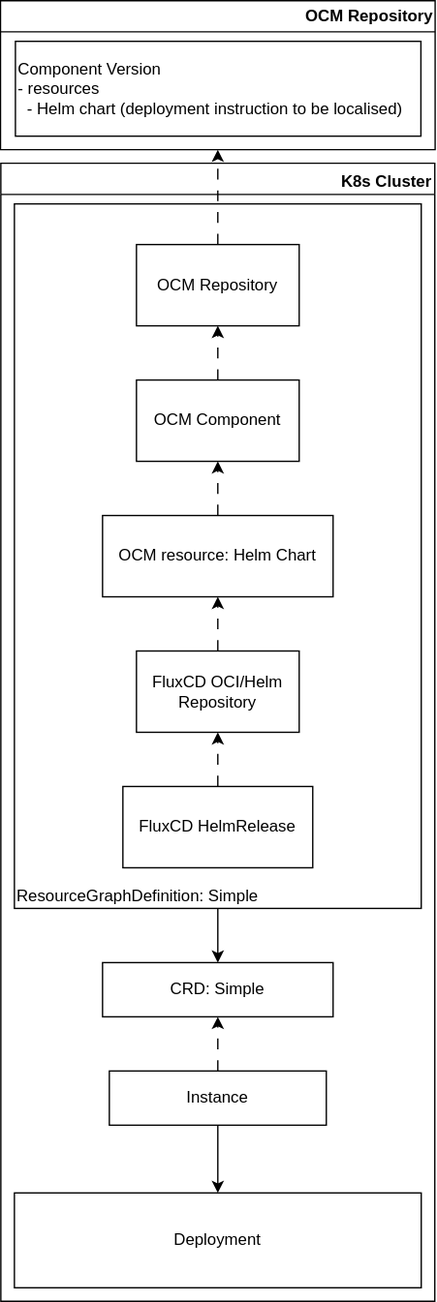
Earlier version of the draw.io export docs/assets/ocm-controller-deployer.svg (open-component-model/ocm-k8s-toolkit). Source tidied: cells renumbered, new cells last; positions are measured from the earlier drawing's top-left corner, leaving out a move shared by most shapes.
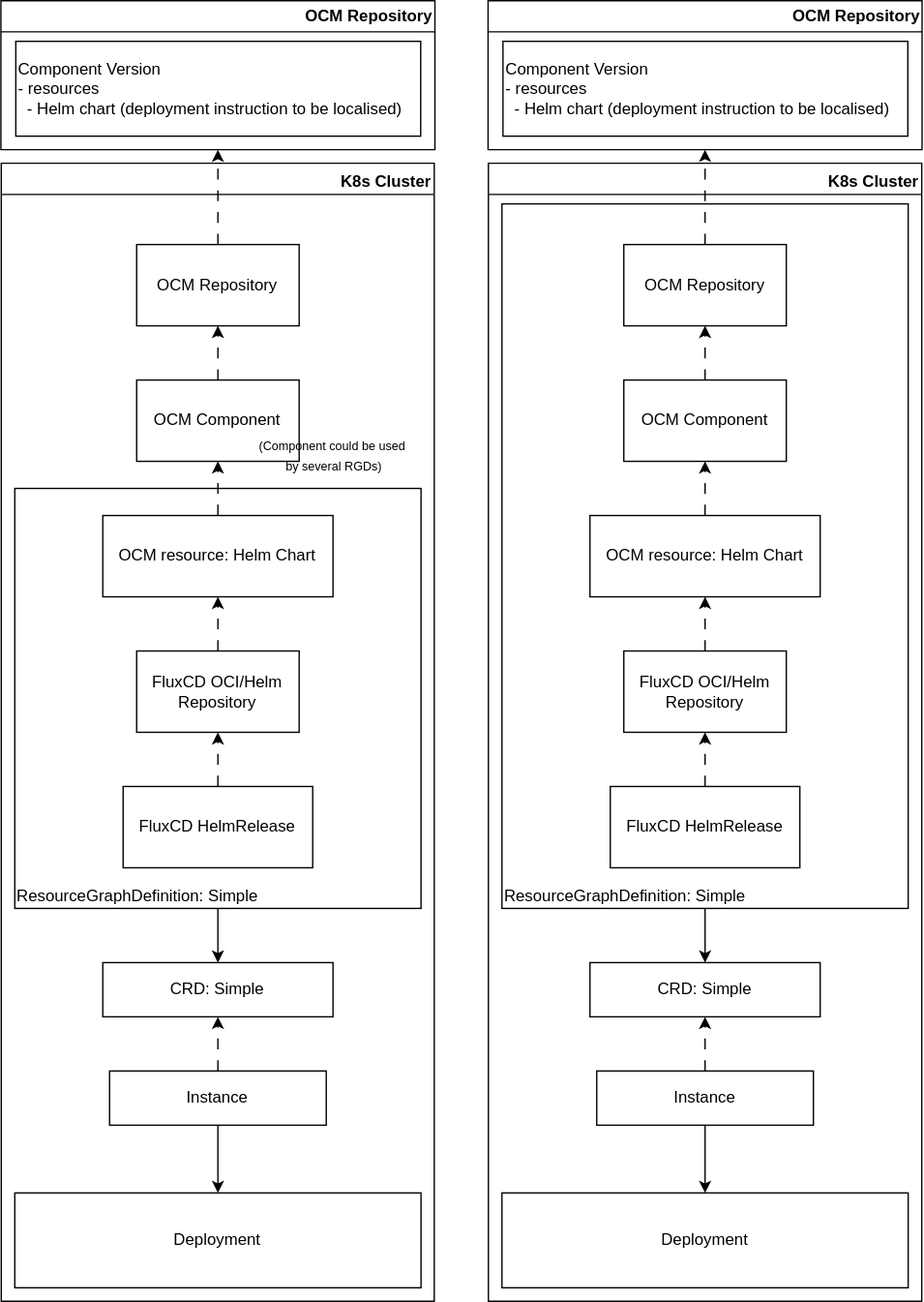
Above is the later version.

Commit message:
clarify and extend explanations, ...

Diff of the diagram source:
```diff
@@ -71,5 +71,77 @@
     <mxCell id="22" style="edgeStyle=orthogonalEdgeStyle;rounded=0;jettySize=auto;html=1;entryX=0.5;entryY=1;entryDx=0;entryDy=0;dashed=1;dashPattern=8 8;" parent="1" edge="1" source="19" target="2">
       <mxGeometry relative="1" as="geometry" />
     </mxCell>
+    <mxCell id="23" value="OCM Repository" style="swimlane;whiteSpace=wrap;html=1;align=right;" parent="1" vertex="1">
+      <mxGeometry x="-360" width="320.5" height="110" as="geometry" />
+    </mxCell>
+    <mxCell id="24" value="&lt;div&gt;Component Version&lt;/div&gt;&lt;div&gt;- resources&lt;/div&gt;&lt;div&gt;&amp;nbsp; - Helm chart (deployment instruction to be localised)&lt;/div&gt;" style="rounded=0;whiteSpace=wrap;html=1;align=left;" parent="23" vertex="1">
+      <mxGeometry x="11" y="30" width="299" height="70" as="geometry" />
+    </mxCell>
+    <mxCell id="25" value="K8s Cluster" style="swimlane;whiteSpace=wrap;html=1;verticalAlign=bottom;align=right;" parent="1" vertex="1">
+      <mxGeometry x="-359.8" y="120" width="319.8" height="840" as="geometry" />
+    </mxCell>
+    <mxCell id="26" style="edgeStyle=orthogonalEdgeStyle;rounded=0;jettySize=auto;html=1;" parent="25" edge="1" target="28">
+      <mxGeometry relative="1" as="geometry">
+        <mxPoint x="155" y="470" as="sourcePoint" />
+        <Array as="points">
+          <mxPoint x="200" y="470" />
+          <mxPoint x="200" y="340" />
+        </Array>
+      </mxGeometry>
+    </mxCell>
+    <mxCell id="27" style="edgeStyle=orthogonalEdgeStyle;rounded=0;jettySize=auto;html=1;" parent="25" edge="1" source="28" target="35">
+      <mxGeometry relative="1" as="geometry" />
+    </mxCell>
+    <mxCell id="28" value="ResourceGraphDefinition: Simple" style="rounded=0;whiteSpace=wrap;html=1;align=left;verticalAlign=bottom;" parent="25" vertex="1">
+      <mxGeometry x="10" y="240" width="300" height="310" as="geometry" />
+    </mxCell>
+    <mxCell id="29" style="edgeStyle=orthogonalEdgeStyle;rounded=0;jettySize=auto;html=1;dashed=1;dashPattern=8 8;" parent="25" edge="1" source="30" target="34">
+      <mxGeometry relative="1" as="geometry" />
+    </mxCell>
+    <mxCell id="30" value="FluxCD OCI/Helm Repository" style="rounded=0;whiteSpace=wrap;html=1;" parent="25" vertex="1">
+      <mxGeometry x="100" y="360" width="120" height="60" as="geometry" />
+    </mxCell>
+    <mxCell id="31" style="edgeStyle=orthogonalEdgeStyle;rounded=0;jettySize=auto;html=1;exitX=0.5;exitY=0;exitDx=0;exitDy=0;dashed=1;dashPattern=8 8;" parent="25" edge="1" source="32" target="30">
+      <mxGeometry relative="1" as="geometry" />
+    </mxCell>
+    <mxCell id="32" value="FluxCD HelmRelease" style="rounded=0;whiteSpace=wrap;html=1;" parent="25" vertex="1">
+      <mxGeometry x="90" y="460" width="140" height="60" as="geometry" />
+    </mxCell>
+    <mxCell id="33" style="edgeStyle=orthogonalEdgeStyle;rounded=0;jettySize=auto;html=1;entryX=0.5;entryY=1;entryDx=0;entryDy=0;dashed=1;dashPattern=8 8;" parent="25" edge="1" source="34" target="42">
+      <mxGeometry relative="1" as="geometry" />
+    </mxCell>
+    <mxCell id="34" value="OCM resource: Helm Chart" style="rounded=0;whiteSpace=wrap;html=1;" parent="25" vertex="1">
+      <mxGeometry x="75" y="260" width="170" height="60" as="geometry" />
+    </mxCell>
+    <mxCell id="35" value="CRD: Simple" style="rounded=0;whiteSpace=wrap;html=1;" parent="25" vertex="1">
+      <mxGeometry x="75" y="590" width="170" height="40" as="geometry" />
+    </mxCell>
+    <mxCell id="36" value="Deployment" style="rounded=0;whiteSpace=wrap;html=1;" parent="25" vertex="1">
+      <mxGeometry x="10" y="760" width="300" height="70" as="geometry" />
+    </mxCell>
+    <mxCell id="37" style="edgeStyle=orthogonalEdgeStyle;rounded=0;jettySize=auto;html=1;entryX=0.5;entryY=0;entryDx=0;entryDy=0;" parent="25" edge="1" source="39" target="36">
+      <mxGeometry relative="1" as="geometry" />
+    </mxCell>
+    <mxCell id="38" style="edgeStyle=orthogonalEdgeStyle;rounded=0;jettySize=auto;html=1;entryX=0.5;entryY=1;entryDx=0;entryDy=0;dashed=1;dashPattern=8 8;" parent="25" edge="1" source="39" target="35">
+      <mxGeometry relative="1" as="geometry" />
+    </mxCell>
+    <mxCell id="39" value="Instance" style="rounded=0;whiteSpace=wrap;html=1;" parent="25" vertex="1">
+      <mxGeometry x="80" y="670" width="160" height="40" as="geometry" />
+    </mxCell>
+    <mxCell id="40" value="OCM Repository" style="rounded=0;whiteSpace=wrap;html=1;" parent="25" vertex="1">
+      <mxGeometry x="100" y="60" width="120" height="60" as="geometry" />
+    </mxCell>
+    <mxCell id="41" style="edgeStyle=orthogonalEdgeStyle;rounded=0;jettySize=auto;html=1;dashed=1;dashPattern=8 8;" parent="25" edge="1" source="42" target="40">
+      <mxGeometry relative="1" as="geometry" />
+    </mxCell>
+    <mxCell id="42" value="OCM Component" style="rounded=0;whiteSpace=wrap;html=1;" parent="25" vertex="1">
+      <mxGeometry x="100" y="160" width="120" height="60" as="geometry" />
+    </mxCell>
+    <mxCell id="43" value="&lt;font style=&quot;font-size: 9px;&quot;&gt;(Component could be used&lt;/font&gt;&lt;div&gt;&lt;font style=&quot;font-size: 9px;&quot;&gt;&amp;nbsp;by several RGDs)&lt;/font&gt;&lt;/div&gt;" style="text;html=1;align=center;verticalAlign=middle;whiteSpace=wrap;rounded=0;" parent="25" vertex="1">
+      <mxGeometry x="149.8" y="200" width="189.8" height="30" as="geometry" />
+    </mxCell>
+    <mxCell id="44" style="edgeStyle=orthogonalEdgeStyle;rounded=0;jettySize=auto;html=1;entryX=0.5;entryY=1;entryDx=0;entryDy=0;dashed=1;dashPattern=8 8;" parent="1" edge="1" source="40" target="23">
+      <mxGeometry relative="1" as="geometry" />
+    </mxCell>
   </root>
 </mxGraphModel>
```
